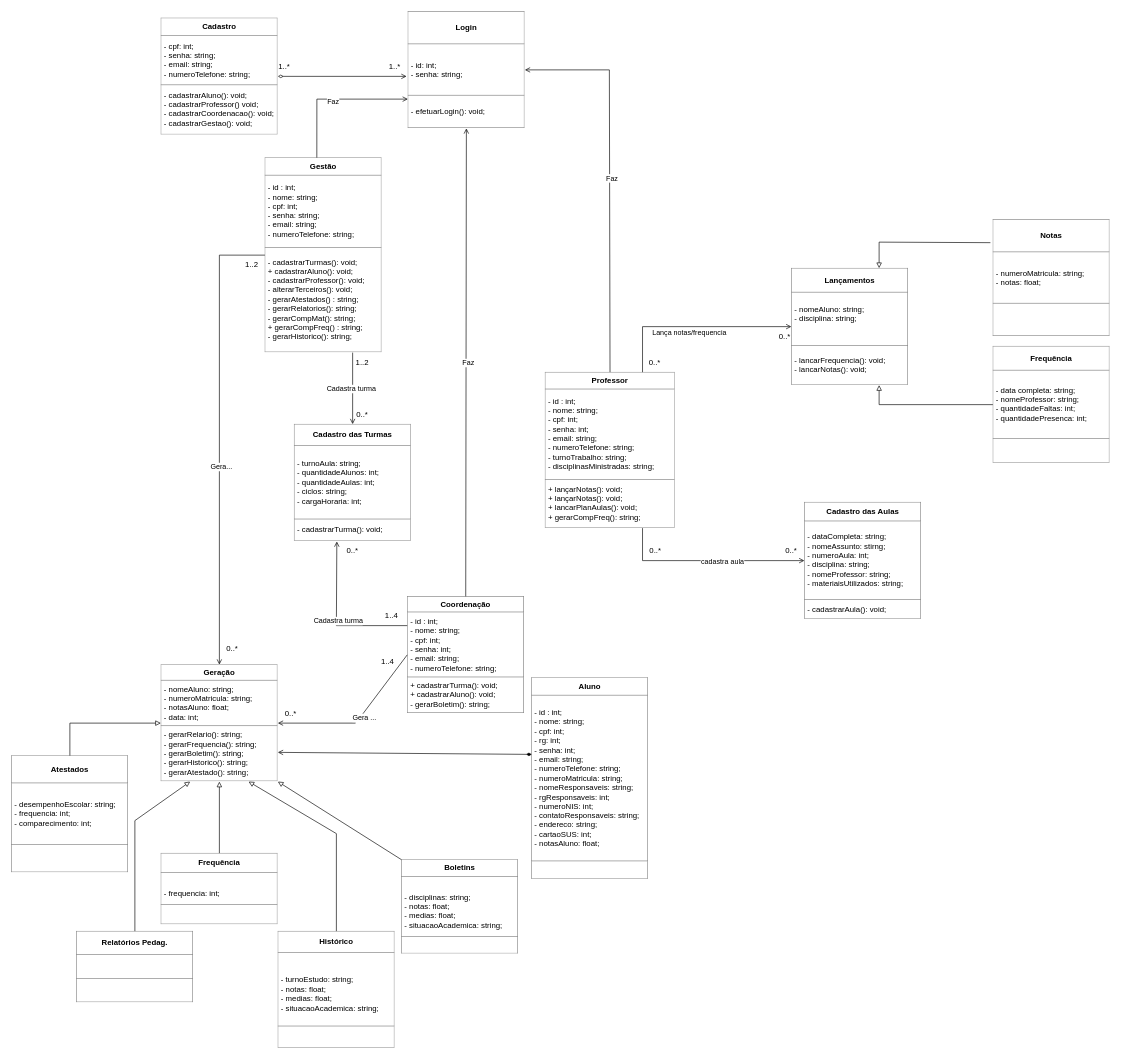
LizReis/An-lise-de-Sistemas keeps this draw.io diagram as DIAGRAMA DE CLASSE.drawio. Above is the earlier version. Source tidied: cells renumbered, new cells numbered last; positions are measured from the earlier drawing's top-left corner, leaving out a move shared by most shapes. Both pictures are drawn from the tidied source at 65%, with x=0, y=0 at pixel (11, 11).
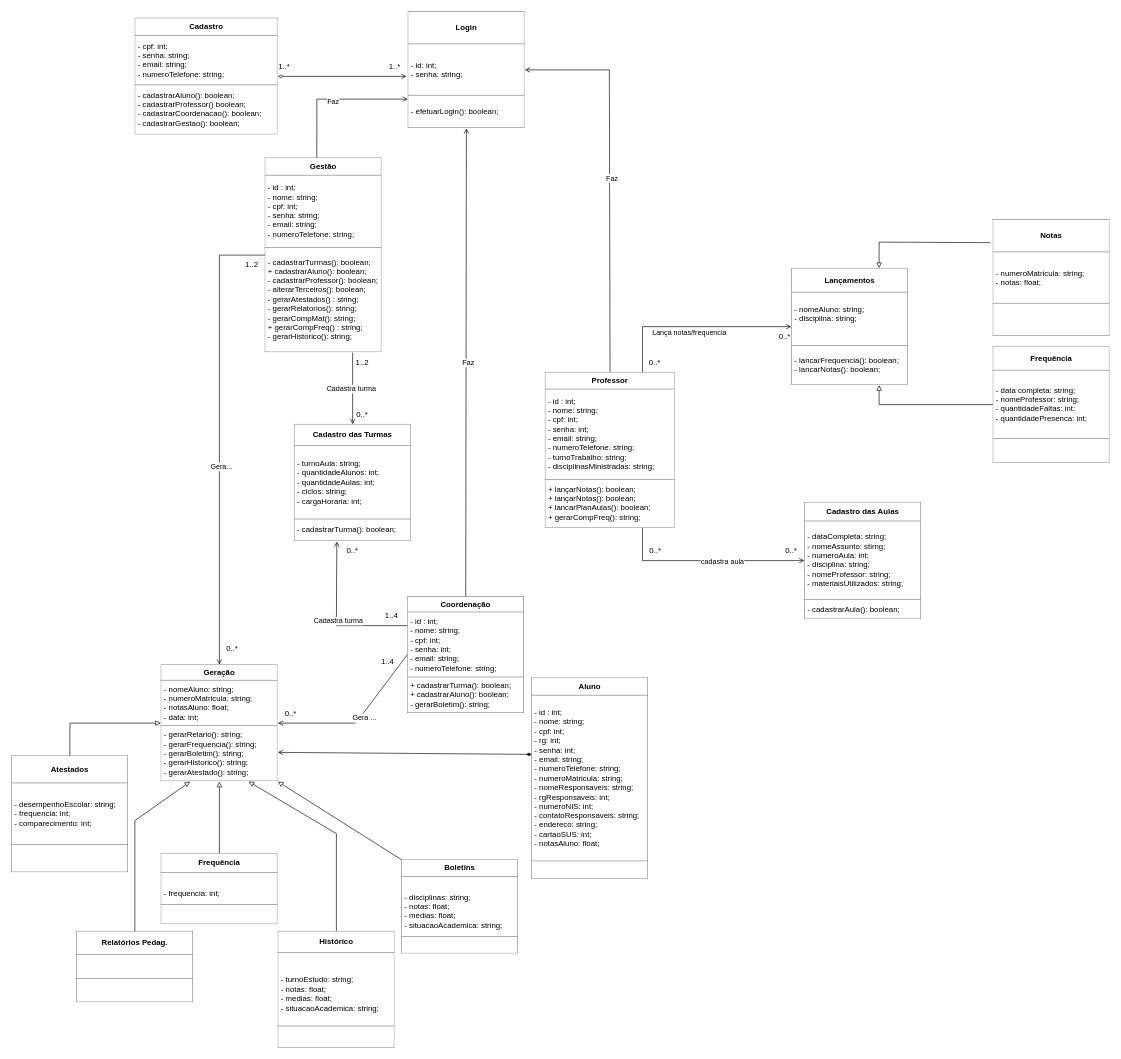
The same diagram, later.

The edit, as a diff of the source:
```diff
@@
-    <mxCell id="2" value="&lt;table border=&quot;1&quot; width=&quot;100%&quot; height=&quot;100%&quot; cellpadding=&quot;4&quot; style=&quot;width:100%;height:100%;border-collapse:collapse;&quot;&gt;&lt;tbody&gt;&lt;tr&gt;&lt;th align=&quot;center&quot;&gt;&lt;b&gt;Gestão&lt;/b&gt;&lt;/th&gt;&lt;/tr&gt;&lt;tr&gt;&lt;td&gt;- id : int;&lt;br&gt;- nome: string;&lt;br&gt;- cpf: int;&lt;br&gt;- senha: string;&lt;br&gt;- email: string;&lt;br&gt;- numeroTelefone: string;&lt;/td&gt;&lt;/tr&gt;&lt;tr&gt;&lt;td&gt;- cadastrarTurmas(): void;&lt;br&gt;+ cadastrarAluno(): void;&lt;br&gt;- cadastrarProfessor(): void;&lt;br&gt;- alterarTerceiros(): void;&lt;br&gt;- gerarAtestados() : string;&lt;br&gt;- gerarRelatorios(): string;&lt;br&gt;- gerarCompMat(): string;&lt;br&gt;+ gerarCompFreq() : string;&lt;br&gt;- gerarHistorico(): string;&lt;br&gt;&lt;/td&gt;&lt;/tr&gt;&lt;/tbody&gt;&lt;/table&gt;" style="text;html=1;whiteSpace=wrap;strokeColor=none;fillColor=none;overflow=fill;" parent="1" vertex="1">
+    <mxCell id="2" value="&lt;table border=&quot;1&quot; width=&quot;100%&quot; height=&quot;100%&quot; cellpadding=&quot;4&quot; style=&quot;width:100%;height:100%;border-collapse:collapse;&quot;&gt;&lt;tbody&gt;&lt;tr&gt;&lt;th align=&quot;center&quot;&gt;&lt;b&gt;Gestão&lt;/b&gt;&lt;/th&gt;&lt;/tr&gt;&lt;tr&gt;&lt;td&gt;- id : int;&lt;br&gt;- nome: string;&lt;br&gt;- cpf: int;&lt;br&gt;- senha: string;&lt;br&gt;- email: string;&lt;br&gt;- numeroTelefone: string;&lt;/td&gt;&lt;/tr&gt;&lt;tr&gt;&lt;td&gt;- cadastrarTurmas(): boolean;&lt;br&gt;+ cadastrarAluno(): boolean;&lt;br&gt;- cadastrarProfessor(): boolean;&lt;br&gt;- alterarTerceiros(): boolean;&lt;br&gt;- gerarAtestados() : string;&lt;br&gt;- gerarRelatorios(): string;&lt;br&gt;- gerarCompMat(): string;&lt;br&gt;+ gerarCompFreq() : string;&lt;br&gt;- gerarHistorico(): string;&lt;br&gt;&lt;/td&gt;&lt;/tr&gt;&lt;/tbody&gt;&lt;/table&gt;" style="text;html=1;whiteSpace=wrap;strokeColor=none;fillColor=none;overflow=fill;" parent="1" vertex="1">
       <mxGeometry x="390" y="225" width="180" height="300" as="geometry" />
     </mxCell>
-    <mxCell id="3" value="&lt;table border=&quot;1&quot; width=&quot;100%&quot; height=&quot;100%&quot; cellpadding=&quot;4&quot; style=&quot;width:100%;height:100%;border-collapse:collapse;&quot;&gt;&lt;tbody&gt;&lt;tr&gt;&lt;th align=&quot;center&quot;&gt;&lt;b&gt;Coordenação&lt;/b&gt;&lt;/th&gt;&lt;/tr&gt;&lt;tr&gt;&lt;td&gt;- id : int;&lt;br&gt;- nome: string;&lt;br&gt;- cpf: int;&lt;br&gt;- senha: int;&lt;br&gt;- email: string;&lt;br&gt;- numeroTelefone: string;&lt;/td&gt;&lt;/tr&gt;&lt;tr&gt;&lt;td&gt;+ cadastrarTurma(): void;&lt;br&gt;+ cadastrarAluno(): void;&lt;br&gt;- gerarBoletim(): string;&lt;/td&gt;&lt;/tr&gt;&lt;/tbody&gt;&lt;/table&gt;" style="text;html=1;whiteSpace=wrap;strokeColor=none;fillColor=none;overflow=fill;" parent="1" vertex="1">
+    <mxCell id="3" value="&lt;table border=&quot;1&quot; width=&quot;100%&quot; height=&quot;100%&quot; cellpadding=&quot;4&quot; style=&quot;width:100%;height:100%;border-collapse:collapse;&quot;&gt;&lt;tbody&gt;&lt;tr&gt;&lt;th align=&quot;center&quot;&gt;&lt;b&gt;Coordenação&lt;/b&gt;&lt;/th&gt;&lt;/tr&gt;&lt;tr&gt;&lt;td&gt;- id : int;&lt;br&gt;- nome: string;&lt;br&gt;- cpf: int;&lt;br&gt;- senha: int;&lt;br&gt;- email: string;&lt;br&gt;- numeroTelefone: string;&lt;/td&gt;&lt;/tr&gt;&lt;tr&gt;&lt;td&gt;+ cadastrarTurma(): boolean;&lt;br&gt;+ cadastrarAluno(): boolean;&lt;br&gt;- gerarBoletim(): string;&lt;/td&gt;&lt;/tr&gt;&lt;/tbody&gt;&lt;/table&gt;" style="text;html=1;whiteSpace=wrap;strokeColor=none;fillColor=none;overflow=fill;" parent="1" vertex="1">
       <mxGeometry x="609" y="900" width="180" height="180" as="geometry" />
     </mxCell>
-    <mxCell id="4" value="&lt;table border=&quot;1&quot; width=&quot;100%&quot; height=&quot;100%&quot; cellpadding=&quot;4&quot; style=&quot;width:100%;height:100%;border-collapse:collapse;&quot;&gt;&lt;tbody&gt;&lt;tr&gt;&lt;th align=&quot;center&quot;&gt;Professor&lt;/th&gt;&lt;/tr&gt;&lt;tr&gt;&lt;td&gt;- id : int;&lt;br&gt;- nome: string;&lt;br&gt;- cpf: int;&lt;br&gt;- senha: int;&lt;br&gt;- email: string;&lt;br&gt;- numeroTelefone: string;&lt;span style=&quot;&quot;&gt;&lt;br&gt;- turnoTrabalho: string;&lt;br&gt;- disciplinasMinistradas: string;&lt;/span&gt;&lt;/td&gt;&lt;/tr&gt;&lt;tr&gt;&lt;td&gt;+ lançarNotas(): void;&lt;br&gt;+ lançarNotas(): void;&lt;br&gt;+ lancarPlanAulas(): void;&lt;br&gt;+ gerarCompFreq(): string;&lt;/td&gt;&lt;/tr&gt;&lt;/tbody&gt;&lt;/table&gt;" style="text;html=1;whiteSpace=wrap;strokeColor=none;fillColor=none;overflow=fill;" parent="1" vertex="1">
+    <mxCell id="4" value="&lt;table border=&quot;1&quot; width=&quot;100%&quot; height=&quot;100%&quot; cellpadding=&quot;4&quot; style=&quot;width:100%;height:100%;border-collapse:collapse;&quot;&gt;&lt;tbody&gt;&lt;tr&gt;&lt;th align=&quot;center&quot;&gt;Professor&lt;/th&gt;&lt;/tr&gt;&lt;tr&gt;&lt;td&gt;- id : int;&lt;br&gt;- nome: string;&lt;br&gt;- cpf: int;&lt;br&gt;- senha: int;&lt;br&gt;- email: string;&lt;br&gt;- numeroTelefone: string;&lt;span style=&quot;&quot;&gt;&lt;br&gt;- turnoTrabalho: string;&lt;br&gt;- disciplinasMinistradas: string;&lt;/span&gt;&lt;/td&gt;&lt;/tr&gt;&lt;tr&gt;&lt;td&gt;+ lançarNotas(): boolean;&lt;br&gt;+ lançarNotas(): boolean;&lt;br&gt;+ lancarPlanAulas(): boolean;&lt;br&gt;+ gerarCompFreq(): string;&lt;/td&gt;&lt;/tr&gt;&lt;/tbody&gt;&lt;/table&gt;" style="text;html=1;whiteSpace=wrap;strokeColor=none;fillColor=none;overflow=fill;" parent="1" vertex="1">
       <mxGeometry x="821" y="555" width="200" height="240" as="geometry" />
     </mxCell>
-    <mxCell id="5" value="&lt;table border=&quot;1&quot; width=&quot;100%&quot; height=&quot;100%&quot; cellpadding=&quot;4&quot; style=&quot;width:100%;height:100%;border-collapse:collapse;&quot;&gt;&lt;tbody&gt;&lt;tr&gt;&lt;th align=&quot;center&quot;&gt;&lt;b&gt;Login&lt;/b&gt;&lt;/th&gt;&lt;/tr&gt;&lt;tr&gt;&lt;td&gt;- id: int;&lt;br&gt;- senha: string;&lt;/td&gt;&lt;/tr&gt;&lt;tr&gt;&lt;td&gt;- efetuarLogin(): void;&lt;/td&gt;&lt;/tr&gt;&lt;/tbody&gt;&lt;/table&gt;" style="text;html=1;whiteSpace=wrap;strokeColor=none;fillColor=none;overflow=fill;" parent="1" vertex="1">
+    <mxCell id="5" value="&lt;table border=&quot;1&quot; width=&quot;100%&quot; height=&quot;100%&quot; cellpadding=&quot;4&quot; style=&quot;width:100%;height:100%;border-collapse:collapse;&quot;&gt;&lt;tbody&gt;&lt;tr&gt;&lt;th align=&quot;center&quot;&gt;&lt;b&gt;Login&lt;/b&gt;&lt;/th&gt;&lt;/tr&gt;&lt;tr&gt;&lt;td&gt;- id: int;&lt;br&gt;- senha: string;&lt;/td&gt;&lt;/tr&gt;&lt;tr&gt;&lt;td&gt;- efetuarLogin(): boolean;&lt;/td&gt;&lt;/tr&gt;&lt;/tbody&gt;&lt;/table&gt;" style="text;html=1;whiteSpace=wrap;strokeColor=none;fillColor=none;overflow=fill;" parent="1" vertex="1">
       <mxGeometry x="610" width="180" height="180" as="geometry" />
     </mxCell>
@@
-    <mxCell id="9" value="&lt;table border=&quot;1&quot; width=&quot;100%&quot; height=&quot;100%&quot; cellpadding=&quot;4&quot; style=&quot;width:100%;height:100%;border-collapse:collapse;&quot;&gt;&lt;tbody&gt;&lt;tr&gt;&lt;th align=&quot;center&quot;&gt;Cadastro das Aulas&lt;/th&gt;&lt;/tr&gt;&lt;tr&gt;&lt;td&gt;- dataCompleta: string;&lt;br&gt;- nomeAssunto: stirng;&lt;br&gt;- numeroAula: int;&lt;br&gt;- disciplina: string;&lt;br&gt;- nomeProfessor: string;&lt;br&gt;- materiaisUtilizados: string;&lt;/td&gt;&lt;/tr&gt;&lt;tr&gt;&lt;td&gt;- cadastrarAula(): void;&lt;/td&gt;&lt;/tr&gt;&lt;/tbody&gt;&lt;/table&gt;" style="text;html=1;whiteSpace=wrap;strokeColor=none;fillColor=none;overflow=fill;" parent="1" vertex="1">
+    <mxCell id="9" value="&lt;table border=&quot;1&quot; width=&quot;100%&quot; height=&quot;100%&quot; cellpadding=&quot;4&quot; style=&quot;width:100%;height:100%;border-collapse:collapse;&quot;&gt;&lt;tbody&gt;&lt;tr&gt;&lt;th align=&quot;center&quot;&gt;Cadastro das Aulas&lt;/th&gt;&lt;/tr&gt;&lt;tr&gt;&lt;td&gt;- dataCompleta: string;&lt;br&gt;- nomeAssunto: stirng;&lt;br&gt;- numeroAula: int;&lt;br&gt;- disciplina: string;&lt;br&gt;- nomeProfessor: string;&lt;br&gt;- materiaisUtilizados: string;&lt;/td&gt;&lt;/tr&gt;&lt;tr&gt;&lt;td&gt;- cadastrarAula(): boolean;&lt;/td&gt;&lt;/tr&gt;&lt;/tbody&gt;&lt;/table&gt;" style="text;html=1;whiteSpace=wrap;strokeColor=none;fillColor=none;overflow=fill;" parent="1" vertex="1">
       <mxGeometry x="1220" y="755" width="180" height="180" as="geometry" />
     </mxCell>
-    <mxCell id="10" value="&lt;table border=&quot;1&quot; width=&quot;100%&quot; height=&quot;100%&quot; cellpadding=&quot;4&quot; style=&quot;width:100%;height:100%;border-collapse:collapse;&quot;&gt;&lt;tbody&gt;&lt;tr&gt;&lt;th align=&quot;center&quot;&gt;&lt;b&gt;Lançamentos&lt;/b&gt;&lt;/th&gt;&lt;/tr&gt;&lt;tr&gt;&lt;td&gt;- nomeAluno: string;&lt;br&gt;- disciplina: string;&lt;br&gt;&lt;br&gt;&lt;/td&gt;&lt;/tr&gt;&lt;tr&gt;&lt;td&gt;&lt;span style=&quot;&quot;&gt;- lancarFrequencia(): void;&lt;br&gt;&lt;/span&gt;- lancarNotas(): void;&lt;br&gt;&lt;/td&gt;&lt;/tr&gt;&lt;/tbody&gt;&lt;/table&gt;" style="text;html=1;whiteSpace=wrap;strokeColor=none;fillColor=none;overflow=fill;" parent="1" vertex="1">
+    <mxCell id="10" value="&lt;table border=&quot;1&quot; width=&quot;100%&quot; height=&quot;100%&quot; cellpadding=&quot;4&quot; style=&quot;width:100%;height:100%;border-collapse:collapse;&quot;&gt;&lt;tbody&gt;&lt;tr&gt;&lt;th align=&quot;center&quot;&gt;&lt;b&gt;Lançamentos&lt;/b&gt;&lt;/th&gt;&lt;/tr&gt;&lt;tr&gt;&lt;td&gt;- nomeAluno: string;&lt;br&gt;- disciplina: string;&lt;br&gt;&lt;br&gt;&lt;/td&gt;&lt;/tr&gt;&lt;tr&gt;&lt;td&gt;&lt;span style=&quot;&quot;&gt;- lancarFrequencia():&amp;nbsp;&lt;/span&gt;boolean&lt;span style=&quot;&quot;&gt;;&lt;br&gt;&lt;/span&gt;- lancarNotas(): boolean;&lt;br&gt;&lt;/td&gt;&lt;/tr&gt;&lt;/tbody&gt;&lt;/table&gt;" style="text;html=1;whiteSpace=wrap;strokeColor=none;fillColor=none;overflow=fill;" parent="1" vertex="1">
       <mxGeometry x="1200" y="395" width="180" height="180" as="geometry" />
     </mxCell>
-    <mxCell id="11" value="&lt;table border=&quot;1&quot; width=&quot;100%&quot; height=&quot;100%&quot; cellpadding=&quot;4&quot; style=&quot;width:100%;height:100%;border-collapse:collapse;&quot;&gt;&lt;tbody&gt;&lt;tr&gt;&lt;th align=&quot;center&quot;&gt;Cadastro&lt;/th&gt;&lt;/tr&gt;&lt;tr&gt;&lt;td&gt;- cpf: int;&lt;br&gt;- senha: string;&lt;br&gt;- email: string;&lt;br&gt;- numeroTelefone: string;&lt;/td&gt;&lt;/tr&gt;&lt;tr&gt;&lt;td&gt;- cadastrarAluno(): void;&lt;br&gt;- cadastrarProfessor() void;&lt;br&gt;- cadastrarCoordenacao(): void;&lt;br&gt;- cadastrarGestao(): void;&lt;br&gt;&lt;/td&gt;&lt;/tr&gt;&lt;/tbody&gt;&lt;/table&gt;" style="text;html=1;whiteSpace=wrap;strokeColor=none;fillColor=none;overflow=fill;" parent="1" vertex="1">
-      <mxGeometry x="230" y="10" width="180" height="180" as="geometry" />
+    <mxCell id="11" value="&lt;table border=&quot;1&quot; width=&quot;100%&quot; height=&quot;100%&quot; cellpadding=&quot;4&quot; style=&quot;width:100%;height:100%;border-collapse:collapse;&quot;&gt;&lt;tbody&gt;&lt;tr&gt;&lt;th align=&quot;center&quot;&gt;Cadastro&lt;/th&gt;&lt;/tr&gt;&lt;tr&gt;&lt;td&gt;- cpf: int;&lt;br&gt;- senha: string;&lt;br&gt;- email: string;&lt;br&gt;- numeroTelefone: string;&lt;/td&gt;&lt;/tr&gt;&lt;tr&gt;&lt;td&gt;- cadastrarAluno(): boolean;&lt;br&gt;- cadastrarProfessor() boolean;&lt;br&gt;- cadastrarCoordenacao(): boolean;&lt;br&gt;- cadastrarGestao(): boolean;&lt;br&gt;&lt;/td&gt;&lt;/tr&gt;&lt;/tbody&gt;&lt;/table&gt;" style="text;html=1;whiteSpace=wrap;strokeColor=none;fillColor=none;overflow=fill;" parent="1" vertex="1">
+      <mxGeometry x="190" y="10" width="220" height="180" as="geometry" />
     </mxCell>
@@
-    <mxCell id="25" value="&lt;table border=&quot;1&quot; width=&quot;100%&quot; height=&quot;100%&quot; cellpadding=&quot;4&quot; style=&quot;width:100%;height:100%;border-collapse:collapse;&quot;&gt;&lt;tbody&gt;&lt;tr&gt;&lt;th align=&quot;center&quot;&gt;Cadastro das Turmas&lt;/th&gt;&lt;/tr&gt;&lt;tr&gt;&lt;td&gt;- turnoAula: string;&lt;br&gt;- quantidadeAlunos: int;&lt;br&gt;- quantidadeAulas: int;&lt;br&gt;- ciclos: string;&lt;br&gt;- cargaHoraria: int;&lt;/td&gt;&lt;/tr&gt;&lt;tr&gt;&lt;td&gt;- cadastrarTurma(): void;&lt;/td&gt;&lt;/tr&gt;&lt;/tbody&gt;&lt;/table&gt;" style="text;html=1;whiteSpace=wrap;strokeColor=none;fillColor=none;overflow=fill;" parent="1" vertex="1">
+    <mxCell id="25" value="&lt;table border=&quot;1&quot; width=&quot;100%&quot; height=&quot;100%&quot; cellpadding=&quot;4&quot; style=&quot;width:100%;height:100%;border-collapse:collapse;&quot;&gt;&lt;tbody&gt;&lt;tr&gt;&lt;th align=&quot;center&quot;&gt;Cadastro das Turmas&lt;/th&gt;&lt;/tr&gt;&lt;tr&gt;&lt;td&gt;- turnoAula: string;&lt;br&gt;- quantidadeAlunos: int;&lt;br&gt;- quantidadeAulas: int;&lt;br&gt;- ciclos: string;&lt;br&gt;- cargaHoraria: int;&lt;/td&gt;&lt;/tr&gt;&lt;tr&gt;&lt;td&gt;- cadastrarTurma(): boolean;&lt;/td&gt;&lt;/tr&gt;&lt;/tbody&gt;&lt;/table&gt;" style="text;html=1;whiteSpace=wrap;strokeColor=none;fillColor=none;overflow=fill;" parent="1" vertex="1">
       <mxGeometry x="435" y="635" width="180" height="180" as="geometry" />
     </mxCell>
```
